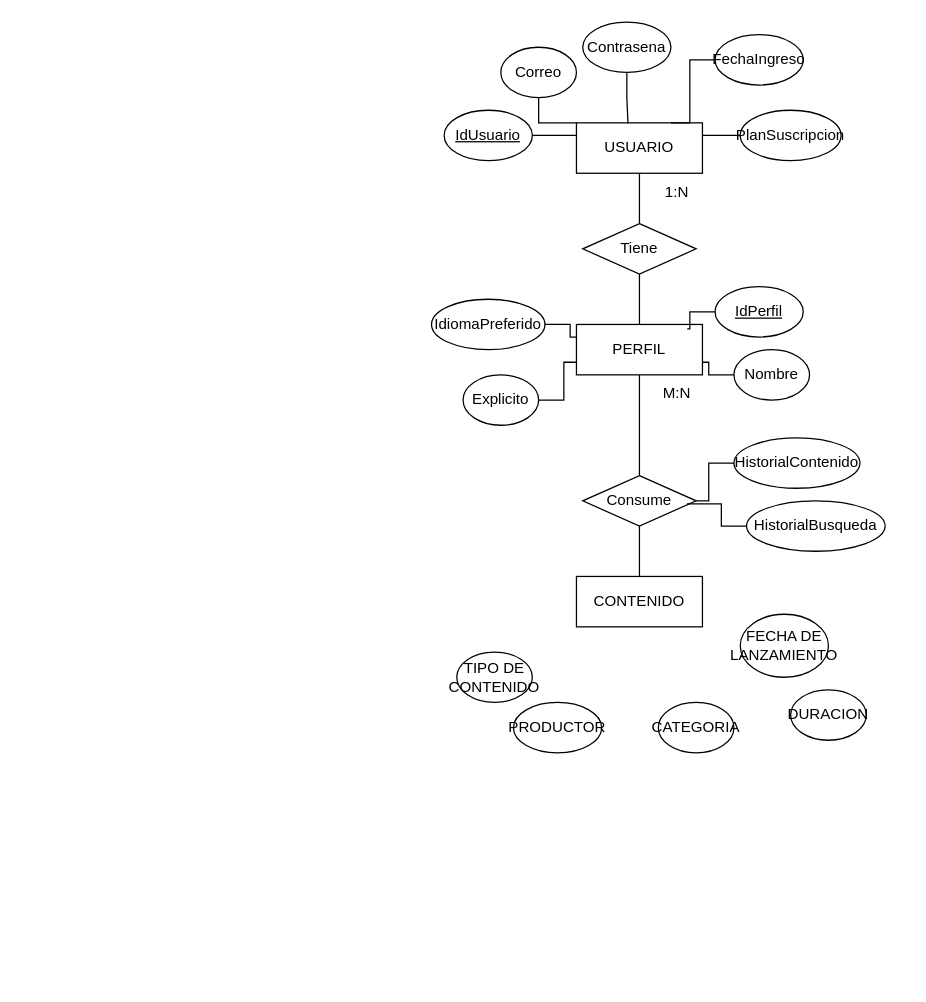
Before: Modelado/MER-UEBStreaming.drawio in jcabarcasr/Investigaciones-DB1-DB2, a draw.io diagram. Source tidied: cells renumbered, new cells numbered last; positions are measured from the earlier drawing's top-left corner, leaving out a move shared by most shapes. Both pictures are drawn from the tidied source at 126%, with x=0, y=0 at pixel (431, 21).
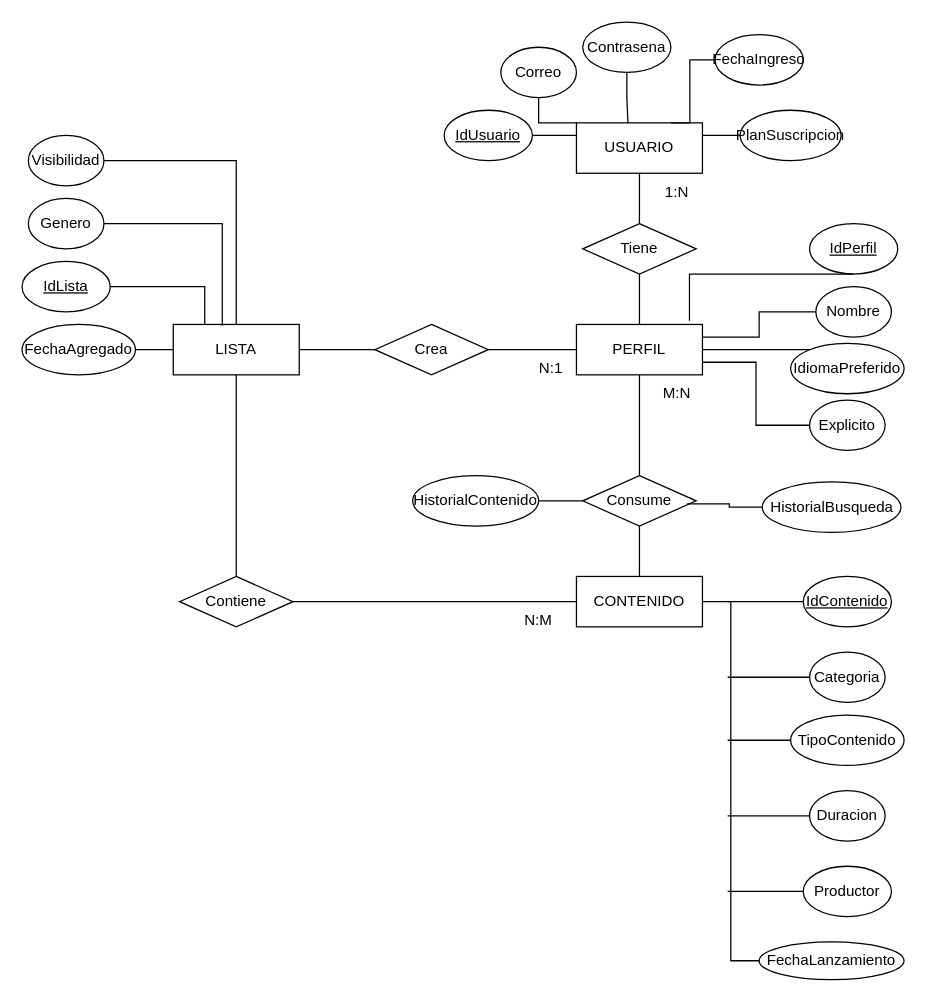
The same page after the edit.

The change refers to these unchanged cells:
```xml
<mxCell id="2" value="CONTENIDO" style="whiteSpace=wrap;html=1;align=center;" parent="1" vertex="1">
  <mxGeometry x="115" y="440" width="100" height="40" as="geometry" />
</mxCell>
<mxCell id="23" value="PERFIL" style="whiteSpace=wrap;html=1;align=center;" parent="1" vertex="1">
  <mxGeometry x="115" y="240" width="100" height="40" as="geometry" />
</mxCell>
<mxCell id="35" value="Consume" style="shape=rhombus;perimeter=rhombusPerimeter;whiteSpace=wrap;html=1;align=center;" parent="1" vertex="1">
  <mxGeometry x="120" y="360" width="90" height="40" as="geometry" />
</mxCell>
```

What changed in the source:
```diff
@@
+    <mxCell id="40" style="edgeStyle=orthogonalEdgeStyle;rounded=0;jettySize=auto;html=1;entryX=0;entryY=0.5;entryDx=0;entryDy=0;endArrow=none;endFill=0;" parent="1" edge="1" source="2" target="11">
+      <mxGeometry relative="1" as="geometry" />
+    </mxCell>
@@
-    <mxCell id="3" style="edgeStyle=orthogonalEdgeStyle;rounded=0;jettySize=auto;html=1;entryX=1;entryY=0.75;entryDx=0;entryDy=0;endArrow=none;endFill=0;" parent="1" edge="1" source="4" target="23">
+    <mxCell id="3" style="edgeStyle=orthogonalEdgeStyle;rounded=0;jettySize=auto;html=1;entryX=1;entryY=0.25;entryDx=0;entryDy=0;endArrow=none;endFill=0;" parent="1" edge="1" source="4" target="23">
       <mxGeometry relative="1" as="geometry" />
     </mxCell>
     <mxCell id="4" value="Nombre" style="ellipse;whiteSpace=wrap;html=1;align=center;" parent="1" vertex="1">
-      <mxGeometry x="240" y="260" width="60" height="40" as="geometry" />
+      <mxGeometry x="305" y="210" width="60" height="40" as="geometry" />
     </mxCell>
@@
-    <mxCell id="7" style="edgeStyle=orthogonalEdgeStyle;rounded=0;jettySize=auto;html=1;entryX=1;entryY=0.5;entryDx=0;entryDy=0;endArrow=none;endFill=0;" parent="1" edge="1" source="8" target="35">
+    <mxCell id="7" style="edgeStyle=orthogonalEdgeStyle;rounded=0;jettySize=auto;html=1;entryX=0;entryY=0.5;entryDx=0;entryDy=0;endArrow=none;endFill=0;" parent="1" edge="1" source="8" target="35">
       <mxGeometry relative="1" as="geometry" />
     </mxCell>
     <mxCell id="8" value="HistorialContenido" style="ellipse;whiteSpace=wrap;html=1;align=center;" parent="1" vertex="1">
-      <mxGeometry x="240" y="330" width="100" height="40" as="geometry" />
+      <mxGeometry x="-15" y="360" width="100" height="40" as="geometry" />
     </mxCell>
+    <mxCell id="41" style="edgeStyle=orthogonalEdgeStyle;rounded=0;jettySize=auto;html=1;endArrow=none;endFill=0;" parent="1" edge="1" source="9">
+      <mxGeometry relative="1" as="geometry">
+        <mxPoint x="235" y="570" as="targetPoint" />
+      </mxGeometry>
+    </mxCell>
-    <mxCell id="9" value="TIPO DE CONTENIDO" style="ellipse;whiteSpace=wrap;html=1;align=center;" parent="1" vertex="1">
-      <mxGeometry x="20" y="500" width="60" height="40" as="geometry" />
+    <mxCell id="9" value="TipoContenido" style="ellipse;whiteSpace=wrap;html=1;align=center;" parent="1" vertex="1">
+      <mxGeometry x="285" y="550" width="90" height="40" as="geometry" />
     </mxCell>
+    <mxCell id="42" style="edgeStyle=orthogonalEdgeStyle;rounded=0;jettySize=auto;html=1;endArrow=none;endFill=0;" parent="1" edge="1" source="10">
+      <mxGeometry relative="1" as="geometry">
+        <mxPoint x="235" y="630" as="targetPoint" />
+      </mxGeometry>
+    </mxCell>
-    <mxCell id="10" value="DURACION" style="ellipse;whiteSpace=wrap;html=1;align=center;" parent="1" vertex="1">
-      <mxGeometry x="285" y="530" width="60" height="40" as="geometry" />
+    <mxCell id="10" value="Duracion" style="ellipse;whiteSpace=wrap;html=1;align=center;" parent="1" vertex="1">
+      <mxGeometry x="300" y="610" width="60" height="40" as="geometry" />
     </mxCell>
-    <mxCell id="11" value="FECHA DE LANZAMIENTO" style="ellipse;whiteSpace=wrap;html=1;align=center;" parent="1" vertex="1">
-      <mxGeometry x="245" y="470" width="70" height="50" as="geometry" />
+    <mxCell id="11" value="FechaLanzamiento" style="ellipse;whiteSpace=wrap;html=1;align=center;" parent="1" vertex="1">
+      <mxGeometry x="260" y="730" width="115" height="30" as="geometry" />
     </mxCell>
+    <mxCell id="43" style="edgeStyle=orthogonalEdgeStyle;rounded=0;jettySize=auto;html=1;endArrow=none;endFill=0;" parent="1" edge="1" source="12">
+      <mxGeometry relative="1" as="geometry">
+        <mxPoint x="235" y="690" as="targetPoint" />
+      </mxGeometry>
+    </mxCell>
-    <mxCell id="12" value="PRODUCTOR" style="ellipse;whiteSpace=wrap;html=1;align=center;" parent="1" vertex="1">
-      <mxGeometry x="65" y="540" width="70" height="40" as="geometry" />
+    <mxCell id="12" value="Productor" style="ellipse;whiteSpace=wrap;html=1;align=center;" parent="1" vertex="1">
+      <mxGeometry x="295" y="670" width="70" height="40" as="geometry" />
     </mxCell>
+    <mxCell id="44" style="edgeStyle=orthogonalEdgeStyle;rounded=0;jettySize=auto;html=1;endArrow=none;endFill=0;" parent="1" edge="1" source="13">
+      <mxGeometry relative="1" as="geometry">
+        <mxPoint x="235" y="520" as="targetPoint" />
+      </mxGeometry>
+    </mxCell>
-    <mxCell id="13" value="CATEGORIA" style="ellipse;whiteSpace=wrap;html=1;align=center;" parent="1" vertex="1">
-      <mxGeometry x="180" y="540" width="60" height="40" as="geometry" />
+    <mxCell id="13" value="Categoria" style="ellipse;whiteSpace=wrap;html=1;align=center;" parent="1" vertex="1">
+      <mxGeometry x="300" y="500" width="60" height="40" as="geometry" />
     </mxCell>
@@
-    <mxCell id="16" style="edgeStyle=orthogonalEdgeStyle;rounded=0;jettySize=auto;html=1;entryX=0;entryY=0.75;entryDx=0;entryDy=0;endArrow=none;endFill=0;" parent="1" edge="1" source="17" target="23">
+    <mxCell id="16" style="edgeStyle=orthogonalEdgeStyle;rounded=0;jettySize=auto;html=1;entryX=1;entryY=0.75;entryDx=0;entryDy=0;endArrow=none;endFill=0;" parent="1" edge="1" source="17" target="23">
       <mxGeometry relative="1" as="geometry" />
     </mxCell>
     <mxCell id="17" value="Explicito" style="ellipse;whiteSpace=wrap;html=1;align=center;" parent="1" vertex="1">
-      <mxGeometry x="25" y="280" width="60" height="40" as="geometry" />
+      <mxGeometry x="300" y="300" width="60" height="40" as="geometry" />
     </mxCell>
     <mxCell id="18" value="HistorialBusqueda" style="ellipse;whiteSpace=wrap;html=1;align=center;" parent="1" vertex="1">
-      <mxGeometry x="250" y="380" width="110" height="40" as="geometry" />
+      <mxGeometry x="262.5" y="365" width="110" height="40" as="geometry" />
     </mxCell>
@@
     <mxCell id="24" value="IdPerfil" style="ellipse;whiteSpace=wrap;html=1;align=center;fontStyle=4;" parent="1" vertex="1">
-      <mxGeometry x="225" y="210" width="70" height="40" as="geometry" />
+      <mxGeometry x="300" y="160" width="70" height="40" as="geometry" />
     </mxCell>
@@
-    <mxCell id="31" style="edgeStyle=orthogonalEdgeStyle;rounded=0;jettySize=auto;html=1;entryX=0;entryY=0.25;entryDx=0;entryDy=0;endArrow=none;endFill=0;" parent="1" edge="1" source="32" target="23">
-      <mxGeometry relative="1" as="geometry" />
+    <mxCell id="31" style="edgeStyle=orthogonalEdgeStyle;rounded=0;jettySize=auto;html=1;entryX=1;entryY=0.5;entryDx=0;entryDy=0;endArrow=none;endFill=0;" parent="1" edge="1" source="32" target="23">
+      <mxGeometry relative="1" as="geometry">
+        <Array as="points">
+          <mxPoint x="265" y="260" />
+          <mxPoint x="265" y="260" />
+        </Array>
+      </mxGeometry>
     </mxCell>
     <mxCell id="32" value="IdiomaPreferido" style="ellipse;whiteSpace=wrap;html=1;align=center;" parent="1" vertex="1">
-      <mxGeometry y="220" width="90" height="40" as="geometry" />
+      <mxGeometry x="285" y="255" width="90" height="40" as="geometry" />
     </mxCell>
@@
-    <mxCell id="36" style="edgeStyle=orthogonalEdgeStyle;rounded=0;jettySize=auto;html=1;entryX=0.879;entryY=0.088;entryDx=0;entryDy=0;entryPerimeter=0;endArrow=none;endFill=0;" parent="1" edge="1" source="24" target="23">
-      <mxGeometry relative="1" as="geometry" />
-    </mxCell>
@@
+    <mxCell id="45" style="edgeStyle=orthogonalEdgeStyle;rounded=0;jettySize=auto;html=1;endArrow=none;endFill=0;" parent="1" edge="1" source="46">
+      <mxGeometry relative="1" as="geometry">
+        <mxPoint x="235" y="460" as="targetPoint" />
+      </mxGeometry>
+    </mxCell>
+    <mxCell id="46" value="IdContenido" style="ellipse;whiteSpace=wrap;html=1;align=center;fontStyle=4;" parent="1" vertex="1">
+      <mxGeometry x="295" y="440" width="70" height="40" as="geometry" />
+    </mxCell>
+    <mxCell id="36" style="edgeStyle=orthogonalEdgeStyle;rounded=0;jettySize=auto;html=1;entryX=0.897;entryY=-0.072;entryDx=0;entryDy=0;entryPerimeter=0;endArrow=none;endFill=0;" parent="1" edge="1" source="24" target="23">
+      <mxGeometry relative="1" as="geometry">
+        <Array as="points">
+          <mxPoint x="204.6" y="200" />
+        </Array>
+      </mxGeometry>
+    </mxCell>
+    <mxCell id="47" style="edgeStyle=orthogonalEdgeStyle;rounded=0;jettySize=auto;html=1;entryX=0;entryY=0.5;entryDx=0;entryDy=0;endArrow=none;endFill=0;" parent="1" edge="1" source="48" target="23">
+      <mxGeometry relative="1" as="geometry" />
+    </mxCell>
+    <mxCell id="48" value="Crea" style="shape=rhombus;perimeter=rhombusPerimeter;whiteSpace=wrap;html=1;align=center;" parent="1" vertex="1">
+      <mxGeometry x="-45" y="240" width="90" height="40" as="geometry" />
+    </mxCell>
+    <mxCell id="49" style="edgeStyle=orthogonalEdgeStyle;rounded=0;jettySize=auto;html=1;endArrow=none;endFill=0;" parent="1" edge="1" source="51" target="48">
+      <mxGeometry relative="1" as="geometry" />
+    </mxCell>
+    <mxCell id="50" style="edgeStyle=orthogonalEdgeStyle;rounded=0;jettySize=auto;html=1;endArrow=none;endFill=0;" parent="1" edge="1" source="51" target="62">
+      <mxGeometry relative="1" as="geometry" />
+    </mxCell>
+    <mxCell id="51" value="LISTA" style="whiteSpace=wrap;html=1;align=center;" parent="1" vertex="1">
+      <mxGeometry x="-205" y="240" width="100" height="40" as="geometry" />
+    </mxCell>
+    <mxCell id="52" style="edgeStyle=orthogonalEdgeStyle;rounded=0;jettySize=auto;html=1;entryX=0.25;entryY=0;entryDx=0;entryDy=0;endArrow=none;endFill=0;" parent="1" edge="1" source="53" target="51">
+      <mxGeometry relative="1" as="geometry" />
+    </mxCell>
+    <mxCell id="53" value="IdLista" style="ellipse;whiteSpace=wrap;html=1;align=center;fontStyle=4;" parent="1" vertex="1">
+      <mxGeometry x="-325" y="190" width="70" height="40" as="geometry" />
+    </mxCell>
+    <mxCell id="54" style="edgeStyle=orthogonalEdgeStyle;rounded=0;jettySize=auto;html=1;entryX=0;entryY=0.5;entryDx=0;entryDy=0;endArrow=none;endFill=0;" parent="1" edge="1" source="55" target="51">
+      <mxGeometry relative="1" as="geometry" />
+    </mxCell>
+    <mxCell id="55" value="FechaAgregado" style="ellipse;whiteSpace=wrap;html=1;align=center;" parent="1" vertex="1">
+      <mxGeometry x="-325" y="240" width="90" height="40" as="geometry" />
+    </mxCell>
+    <mxCell id="56" value="Genero" style="ellipse;whiteSpace=wrap;html=1;align=center;" parent="1" vertex="1">
+      <mxGeometry x="-320" y="140" width="60" height="40" as="geometry" />
+    </mxCell>
+    <mxCell id="57" style="edgeStyle=orthogonalEdgeStyle;rounded=0;jettySize=auto;html=1;entryX=0.389;entryY=0.025;entryDx=0;entryDy=0;entryPerimeter=0;endArrow=none;endFill=0;" parent="1" edge="1" source="56" target="51">
+      <mxGeometry relative="1" as="geometry" />
+    </mxCell>
+    <mxCell id="58" style="edgeStyle=orthogonalEdgeStyle;rounded=0;jettySize=auto;html=1;endArrow=none;endFill=0;" parent="1" edge="1" source="59" target="51">
+      <mxGeometry relative="1" as="geometry" />
+    </mxCell>
+    <mxCell id="59" value="Visibilidad" style="ellipse;whiteSpace=wrap;html=1;align=center;" parent="1" vertex="1">
+      <mxGeometry x="-320" y="90" width="60" height="40" as="geometry" />
+    </mxCell>
+    <mxCell id="60" value="N:1" style="text;html=1;whiteSpace=wrap;strokeColor=none;fillColor=none;align=center;verticalAlign=middle;rounded=0;" parent="1" vertex="1">
+      <mxGeometry x="65" y="260" width="60" height="30" as="geometry" />
+    </mxCell>
+    <mxCell id="61" style="edgeStyle=orthogonalEdgeStyle;rounded=0;jettySize=auto;html=1;entryX=0;entryY=0.5;entryDx=0;entryDy=0;endArrow=none;endFill=0;" parent="1" edge="1" source="62" target="2">
+      <mxGeometry relative="1" as="geometry" />
+    </mxCell>
+    <mxCell id="62" value="Contiene" style="shape=rhombus;perimeter=rhombusPerimeter;whiteSpace=wrap;html=1;align=center;" parent="1" vertex="1">
+      <mxGeometry x="-200" y="440" width="90" height="40" as="geometry" />
+    </mxCell>
+    <mxCell id="63" value="N:M" style="text;html=1;whiteSpace=wrap;strokeColor=none;fillColor=none;align=center;verticalAlign=middle;rounded=0;" parent="1" vertex="1">
+      <mxGeometry x="55" y="460" width="60" height="30" as="geometry" />
+    </mxCell>
```
